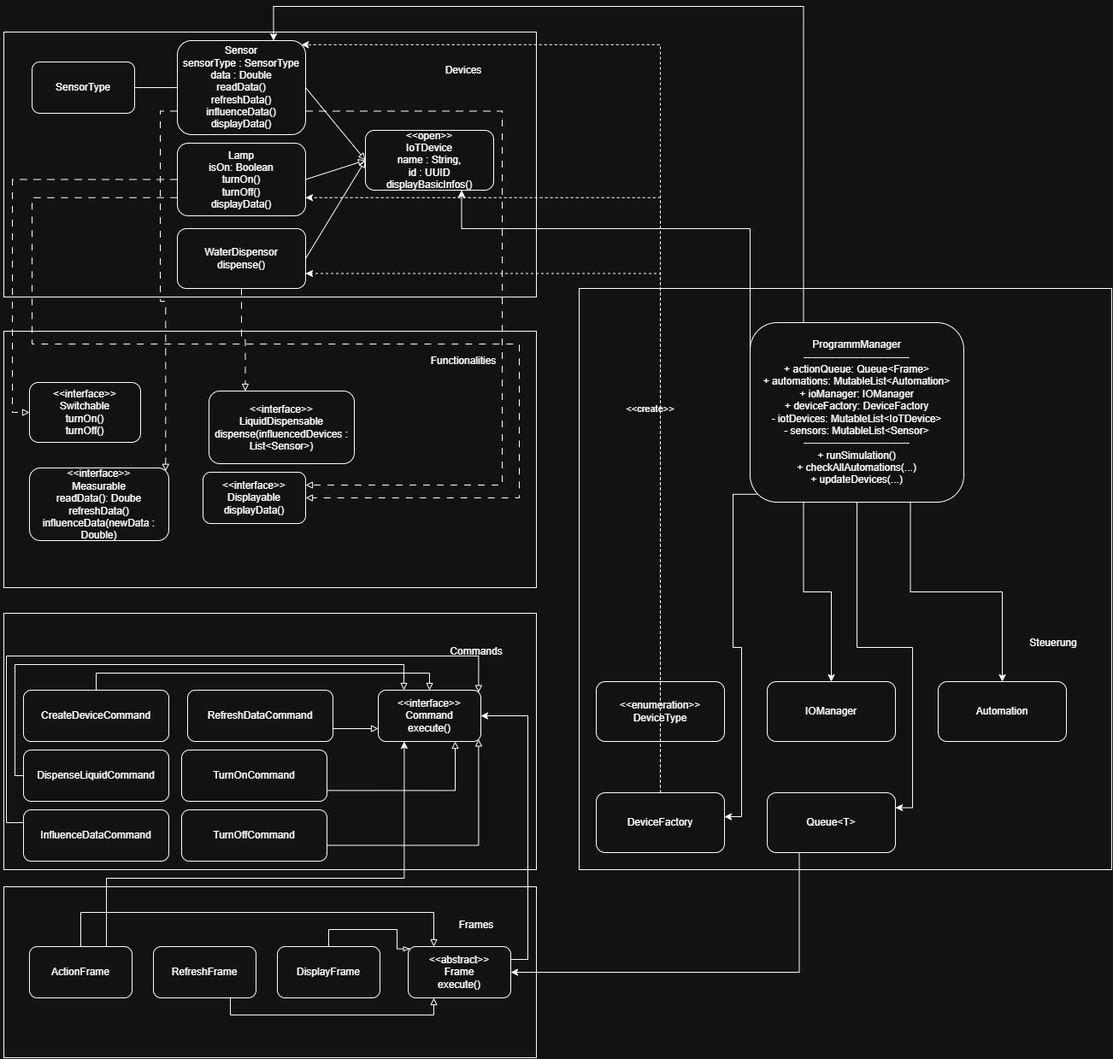
julianmgasser-hue/SmartHomeSimulator keeps this draw.io diagram as ClassUML.drawio.png. Above is the earlier version. Source tidied: cells renumbered, new cells last; positions are measured from the earlier drawing's top-left corner, leaving out a move shared by most shapes.
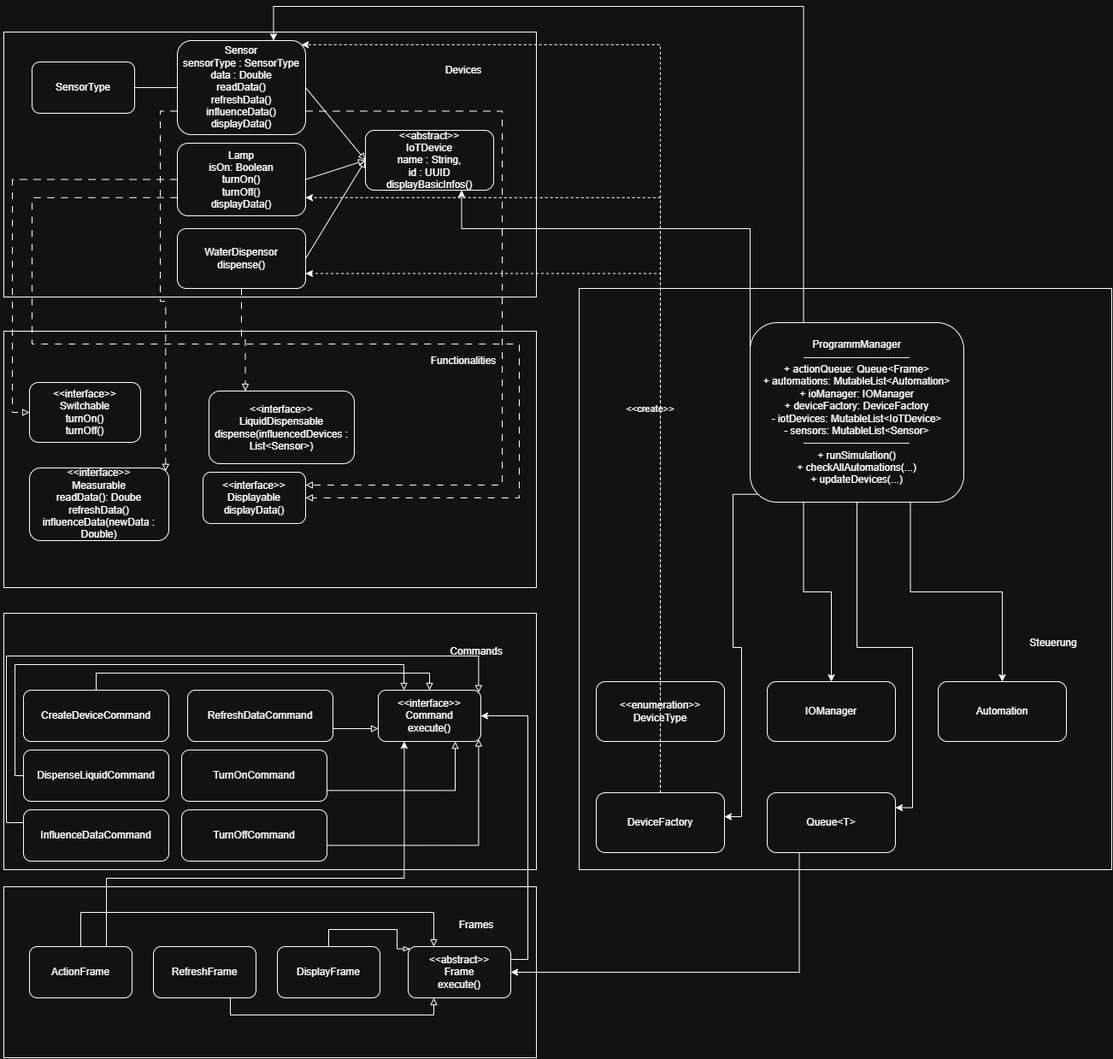
The same file after the commit.

Commit message:
slighty new ClassUML

Change to the diagram source:
```diff
@@ -11,7 +11,7 @@
     <mxCell id="4" style="rounded=0;whiteSpace=wrap;html=1;" parent="3" vertex="1">
       <mxGeometry y="-10" width="623" height="310" as="geometry" />
     </mxCell>
-    <mxCell id="5" value="&lt;div&gt;&amp;lt;&amp;lt;open&amp;gt;&amp;gt;&lt;/div&gt;IoTDevice&lt;div&gt;name : String,&lt;/div&gt;&lt;div&gt;id : UUID&lt;/div&gt;&lt;div&gt;displayBasicInfos()&lt;/div&gt;" style="rounded=1;whiteSpace=wrap;html=1;roundedPerimeter=1;" parent="3" vertex="1">
+    <mxCell id="5" value="&lt;div&gt;&amp;lt;&amp;lt;abstract&amp;gt;&amp;gt;&lt;/div&gt;IoTDevice&lt;div&gt;name : String,&lt;/div&gt;&lt;div&gt;id : UUID&lt;/div&gt;&lt;div&gt;displayBasicInfos()&lt;/div&gt;" style="rounded=1;whiteSpace=wrap;html=1;roundedPerimeter=1;" parent="3" vertex="1">
       <mxGeometry x="423" y="105" width="150" height="70" as="geometry" />
     </mxCell>
     <mxCell id="6" value="Sensor&lt;div&gt;sensorType : SensorType&lt;/div&gt;&lt;div&gt;data : Double&lt;/div&gt;&lt;div&gt;readData()&lt;/div&gt;&lt;div&gt;refreshData()&lt;/div&gt;&lt;div&gt;influenceData()&lt;/div&gt;&lt;div&gt;displayData()&lt;/div&gt;" style="rounded=1;whiteSpace=wrap;html=1;roundedPerimeter=1;" parent="3" vertex="1">
```
